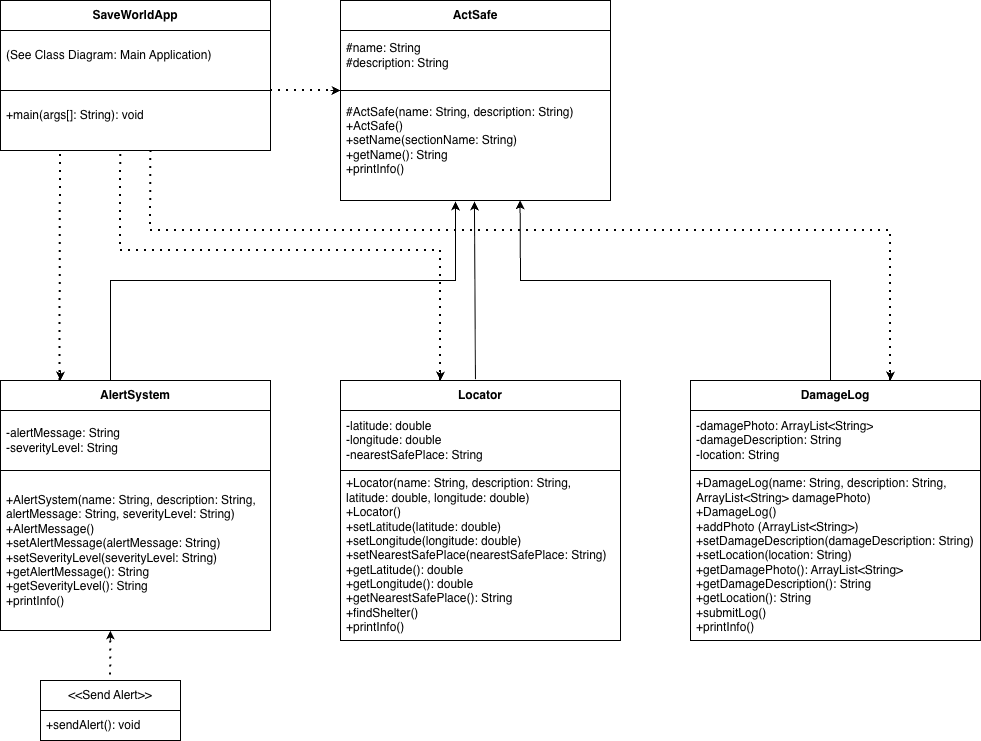
Before: ActSafe.png, a diagram exported from draw.io (Namuun612/OOP2025). Source tidied: cells renumbered, new cells last; positions are measured from the earlier drawing's top-left corner, leaving out a move shared by most shapes.
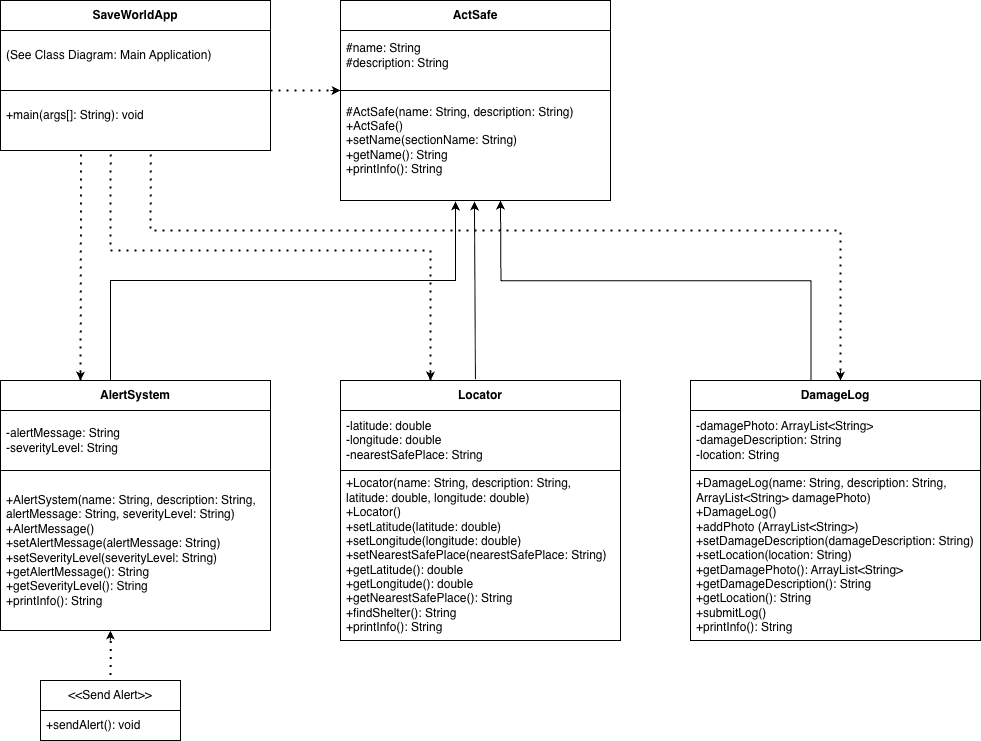
The same diagram one commit later.

The edit, as a diff of the source:
```diff
@@ -8,7 +8,7 @@
     <mxCell id="3" value="#name: String&lt;div&gt;#description: String&lt;/div&gt;" style="text;strokeColor=none;fillColor=none;align=left;verticalAlign=middle;spacingLeft=4;spacingRight=4;overflow=hidden;whiteSpace=wrap;html=1;" parent="2" vertex="1">
       <mxGeometry y="30" width="270" height="50" as="geometry" />
     </mxCell>
-    <mxCell id="4" value="&lt;div&gt;#ActSafe(name:&amp;nbsp;&lt;span style=&quot;background-color: transparent; color: light-dark(rgb(0, 0, 0), rgb(255, 255, 255));&quot;&gt;String&lt;/span&gt;&lt;span style=&quot;background-color: transparent; color: light-dark(rgb(0, 0, 0), rgb(255, 255, 255));&quot;&gt;, description:&amp;nbsp;&lt;/span&gt;&lt;span style=&quot;background-color: transparent; color: light-dark(rgb(0, 0, 0), rgb(255, 255, 255));&quot;&gt;String&lt;/span&gt;&lt;span style=&quot;background-color: transparent; color: light-dark(rgb(0, 0, 0), rgb(255, 255, 255));&quot;&gt;)&lt;/span&gt;&lt;/div&gt;&lt;div&gt;+ActSafe()&lt;/div&gt;+setName(sectionName: String)&lt;div&gt;+getName(): String&lt;/div&gt;&lt;div&gt;+printInfo()&lt;/div&gt;" style="text;strokeColor=none;fillColor=none;align=left;verticalAlign=middle;spacingLeft=4;spacingRight=4;overflow=hidden;points=[[0,0.5],[1,0.5]];portConstraint=eastwest;whiteSpace=wrap;html=1;" parent="2" vertex="1">
+    <mxCell id="4" value="&lt;div&gt;#ActSafe(name:&amp;nbsp;&lt;span style=&quot;background-color: transparent; color: light-dark(rgb(0, 0, 0), rgb(255, 255, 255));&quot;&gt;String&lt;/span&gt;&lt;span style=&quot;background-color: transparent; color: light-dark(rgb(0, 0, 0), rgb(255, 255, 255));&quot;&gt;, description:&amp;nbsp;&lt;/span&gt;&lt;span style=&quot;background-color: transparent; color: light-dark(rgb(0, 0, 0), rgb(255, 255, 255));&quot;&gt;String&lt;/span&gt;&lt;span style=&quot;background-color: transparent; color: light-dark(rgb(0, 0, 0), rgb(255, 255, 255));&quot;&gt;)&lt;/span&gt;&lt;/div&gt;&lt;div&gt;+ActSafe()&lt;/div&gt;+setName(sectionName: String)&lt;div&gt;+getName(): String&lt;/div&gt;&lt;div&gt;+printInfo(): String&lt;/div&gt;" style="text;strokeColor=none;fillColor=none;align=left;verticalAlign=middle;spacingLeft=4;spacingRight=4;overflow=hidden;points=[[0,0.5],[1,0.5]];portConstraint=eastwest;whiteSpace=wrap;html=1;" parent="2" vertex="1">
       <mxGeometry y="80" width="270" height="120" as="geometry" />
     </mxCell>
     <mxCell id="5" value="&lt;b&gt;ActSafe&lt;/b&gt;" style="swimlane;fontStyle=0;horizontal=1;startSize=30;whiteSpace=wrap;html=1;" parent="1" vertex="1">
@@ -20,7 +20,7 @@
     <mxCell id="7" value="-alertMessage: String&lt;div&gt;-severityLevel: String&lt;/div&gt;" style="text;strokeColor=none;fillColor=none;align=left;verticalAlign=middle;spacingLeft=4;spacingRight=4;overflow=hidden;whiteSpace=wrap;html=1;" parent="6" vertex="1">
       <mxGeometry y="30" width="270" height="60" as="geometry" />
     </mxCell>
-    <mxCell id="8" value="&lt;div&gt;+AlertSystem(name:&lt;span style=&quot;background-color: transparent; color: light-dark(rgb(0, 0, 0), rgb(255, 255, 255));&quot;&gt;&amp;nbsp;String&lt;/span&gt;&lt;span style=&quot;background-color: transparent; color: light-dark(rgb(0, 0, 0), rgb(255, 255, 255));&quot;&gt;, description:&amp;nbsp;&lt;/span&gt;&lt;span style=&quot;background-color: transparent; color: light-dark(rgb(0, 0, 0), rgb(255, 255, 255));&quot;&gt;String&lt;/span&gt;&lt;span style=&quot;background-color: transparent; color: light-dark(rgb(0, 0, 0), rgb(255, 255, 255));&quot;&gt;, alertMessage:&amp;nbsp;&lt;/span&gt;&lt;span style=&quot;background-color: transparent; color: light-dark(rgb(0, 0, 0), rgb(255, 255, 255));&quot;&gt;String&lt;/span&gt;&lt;span style=&quot;background-color: transparent; color: light-dark(rgb(0, 0, 0), rgb(255, 255, 255));&quot;&gt;, severityLevel:&amp;nbsp;&lt;/span&gt;&lt;span style=&quot;background-color: transparent; color: light-dark(rgb(0, 0, 0), rgb(255, 255, 255));&quot;&gt;String&lt;/span&gt;&lt;span style=&quot;background-color: transparent; color: light-dark(rgb(0, 0, 0), rgb(255, 255, 255));&quot;&gt;)&lt;/span&gt;&lt;/div&gt;&lt;div&gt;+AlertMessage()&lt;/div&gt;+setAlertMessage(alertMessage: String)&lt;div&gt;+setSeverityLevel(severityLevel:&amp;nbsp;&lt;span style=&quot;background-color: transparent; color: light-dark(rgb(0, 0, 0), rgb(255, 255, 255));&quot;&gt;String&lt;/span&gt;&lt;span style=&quot;background-color: transparent; color: light-dark(rgb(0, 0, 0), rgb(255, 255, 255));&quot;&gt;)&lt;/span&gt;&lt;/div&gt;&lt;div&gt;+getAlertMessage(): String&lt;/div&gt;&lt;div&gt;+getSeverityLevel(): String&lt;/div&gt;&lt;div&gt;+printInfo()&lt;/div&gt;" style="text;strokeColor=none;fillColor=none;align=left;verticalAlign=middle;spacingLeft=4;spacingRight=4;overflow=hidden;points=[[0,0.5],[1,0.5]];portConstraint=eastwest;whiteSpace=wrap;html=1;" parent="6" vertex="1">
+    <mxCell id="8" value="&lt;div&gt;+AlertSystem(name:&lt;span style=&quot;background-color: transparent; color: light-dark(rgb(0, 0, 0), rgb(255, 255, 255));&quot;&gt;&amp;nbsp;String&lt;/span&gt;&lt;span style=&quot;background-color: transparent; color: light-dark(rgb(0, 0, 0), rgb(255, 255, 255));&quot;&gt;, description:&amp;nbsp;&lt;/span&gt;&lt;span style=&quot;background-color: transparent; color: light-dark(rgb(0, 0, 0), rgb(255, 255, 255));&quot;&gt;String&lt;/span&gt;&lt;span style=&quot;background-color: transparent; color: light-dark(rgb(0, 0, 0), rgb(255, 255, 255));&quot;&gt;, alertMessage:&amp;nbsp;&lt;/span&gt;&lt;span style=&quot;background-color: transparent; color: light-dark(rgb(0, 0, 0), rgb(255, 255, 255));&quot;&gt;String&lt;/span&gt;&lt;span style=&quot;background-color: transparent; color: light-dark(rgb(0, 0, 0), rgb(255, 255, 255));&quot;&gt;, severityLevel:&amp;nbsp;&lt;/span&gt;&lt;span style=&quot;background-color: transparent; color: light-dark(rgb(0, 0, 0), rgb(255, 255, 255));&quot;&gt;String&lt;/span&gt;&lt;span style=&quot;background-color: transparent; color: light-dark(rgb(0, 0, 0), rgb(255, 255, 255));&quot;&gt;)&lt;/span&gt;&lt;/div&gt;&lt;div&gt;+AlertMessage()&lt;/div&gt;+setAlertMessage(alertMessage: String)&lt;div&gt;+setSeverityLevel(severityLevel:&amp;nbsp;&lt;span style=&quot;background-color: transparent; color: light-dark(rgb(0, 0, 0), rgb(255, 255, 255));&quot;&gt;String&lt;/span&gt;&lt;span style=&quot;background-color: transparent; color: light-dark(rgb(0, 0, 0), rgb(255, 255, 255));&quot;&gt;)&lt;/span&gt;&lt;/div&gt;&lt;div&gt;+getAlertMessage(): String&lt;/div&gt;&lt;div&gt;+getSeverityLevel(): String&lt;/div&gt;&lt;div&gt;+printInfo(): String&lt;/div&gt;" style="text;strokeColor=none;fillColor=none;align=left;verticalAlign=middle;spacingLeft=4;spacingRight=4;overflow=hidden;points=[[0,0.5],[1,0.5]];portConstraint=eastwest;whiteSpace=wrap;html=1;" parent="6" vertex="1">
       <mxGeometry y="90" width="270" height="160" as="geometry" />
     </mxCell>
     <mxCell id="9" value="&lt;b&gt;AlertSystem&lt;/b&gt;" style="swimlane;fontStyle=0;horizontal=1;startSize=30;whiteSpace=wrap;html=1;" parent="1" vertex="1">
@@ -32,7 +32,7 @@
     <mxCell id="11" value="-latitude: double&lt;div&gt;-longitude: double&lt;br&gt;&lt;div&gt;-nearestSafePlace: String&lt;/div&gt;&lt;/div&gt;" style="text;strokeColor=none;fillColor=none;align=left;verticalAlign=middle;spacingLeft=4;spacingRight=4;overflow=hidden;whiteSpace=wrap;html=1;" parent="10" vertex="1">
       <mxGeometry y="30" width="280" height="60" as="geometry" />
     </mxCell>
-    <mxCell id="12" value="&lt;div&gt;+Locator(name:&amp;nbsp;&lt;span style=&quot;background-color: transparent; color: light-dark(rgb(0, 0, 0), rgb(255, 255, 255));&quot;&gt;String&lt;/span&gt;&lt;span style=&quot;background-color: transparent; color: light-dark(rgb(0, 0, 0), rgb(255, 255, 255));&quot;&gt;, description:&amp;nbsp;&lt;/span&gt;&lt;span style=&quot;background-color: transparent; color: light-dark(rgb(0, 0, 0), rgb(255, 255, 255));&quot;&gt;String&lt;/span&gt;&lt;span style=&quot;background-color: transparent; color: light-dark(rgb(0, 0, 0), rgb(255, 255, 255));&quot;&gt;, latitude:&amp;nbsp;&lt;/span&gt;&lt;span style=&quot;background-color: transparent; color: light-dark(rgb(0, 0, 0), rgb(255, 255, 255));&quot;&gt;double&lt;/span&gt;&lt;span style=&quot;background-color: transparent; color: light-dark(rgb(0, 0, 0), rgb(255, 255, 255));&quot;&gt;, longitude:&amp;nbsp;&lt;/span&gt;&lt;span style=&quot;background-color: transparent; color: light-dark(rgb(0, 0, 0), rgb(255, 255, 255));&quot;&gt;double&lt;/span&gt;&lt;span style=&quot;background-color: transparent; color: light-dark(rgb(0, 0, 0), rgb(255, 255, 255));&quot;&gt;)&lt;/span&gt;&lt;/div&gt;&lt;div&gt;+Locator()&lt;/div&gt;+setLatitude(latitude: double)&lt;div&gt;+setLongitude(longitude:&amp;nbsp;&lt;span style=&quot;background-color: transparent; color: light-dark(rgb(0, 0, 0), rgb(255, 255, 255));&quot;&gt;double&lt;/span&gt;&lt;span style=&quot;background-color: transparent; color: light-dark(rgb(0, 0, 0), rgb(255, 255, 255));&quot;&gt;)&lt;/span&gt;&lt;/div&gt;&lt;div&gt;+setNearestSafePlace(nearestSafePlace:&amp;nbsp;&lt;span style=&quot;background-color: transparent; color: light-dark(rgb(0, 0, 0), rgb(255, 255, 255));&quot;&gt;String&lt;/span&gt;&lt;span style=&quot;background-color: transparent; color: light-dark(rgb(0, 0, 0), rgb(255, 255, 255));&quot;&gt;)&lt;/span&gt;&lt;/div&gt;&lt;div&gt;+getLatitude(): double&lt;/div&gt;&lt;div&gt;+getLongitude(): double&lt;/div&gt;&lt;div&gt;+getNearestSafePlace(): String&lt;/div&gt;&lt;div&gt;+findShelter()&lt;/div&gt;&lt;div&gt;+printInfo()&lt;/div&gt;" style="text;strokeColor=none;fillColor=none;align=left;verticalAlign=middle;spacingLeft=4;spacingRight=4;overflow=hidden;whiteSpace=wrap;html=1;" parent="10" vertex="1">
+    <mxCell id="12" value="&lt;div&gt;+Locator(name:&amp;nbsp;&lt;span style=&quot;background-color: transparent; color: light-dark(rgb(0, 0, 0), rgb(255, 255, 255));&quot;&gt;String&lt;/span&gt;&lt;span style=&quot;background-color: transparent; color: light-dark(rgb(0, 0, 0), rgb(255, 255, 255));&quot;&gt;, description:&amp;nbsp;&lt;/span&gt;&lt;span style=&quot;background-color: transparent; color: light-dark(rgb(0, 0, 0), rgb(255, 255, 255));&quot;&gt;String&lt;/span&gt;&lt;span style=&quot;background-color: transparent; color: light-dark(rgb(0, 0, 0), rgb(255, 255, 255));&quot;&gt;, latitude:&amp;nbsp;&lt;/span&gt;&lt;span style=&quot;background-color: transparent; color: light-dark(rgb(0, 0, 0), rgb(255, 255, 255));&quot;&gt;double&lt;/span&gt;&lt;span style=&quot;background-color: transparent; color: light-dark(rgb(0, 0, 0), rgb(255, 255, 255));&quot;&gt;, longitude:&amp;nbsp;&lt;/span&gt;&lt;span style=&quot;background-color: transparent; color: light-dark(rgb(0, 0, 0), rgb(255, 255, 255));&quot;&gt;double&lt;/span&gt;&lt;span style=&quot;background-color: transparent; color: light-dark(rgb(0, 0, 0), rgb(255, 255, 255));&quot;&gt;)&lt;/span&gt;&lt;/div&gt;&lt;div&gt;+Locator()&lt;/div&gt;+setLatitude(latitude: double)&lt;div&gt;+setLongitude(longitude:&amp;nbsp;&lt;span style=&quot;background-color: transparent; color: light-dark(rgb(0, 0, 0), rgb(255, 255, 255));&quot;&gt;double&lt;/span&gt;&lt;span style=&quot;background-color: transparent; color: light-dark(rgb(0, 0, 0), rgb(255, 255, 255));&quot;&gt;)&lt;/span&gt;&lt;/div&gt;&lt;div&gt;+setNearestSafePlace(nearestSafePlace:&amp;nbsp;&lt;span style=&quot;background-color: transparent; color: light-dark(rgb(0, 0, 0), rgb(255, 255, 255));&quot;&gt;String&lt;/span&gt;&lt;span style=&quot;background-color: transparent; color: light-dark(rgb(0, 0, 0), rgb(255, 255, 255));&quot;&gt;)&lt;/span&gt;&lt;/div&gt;&lt;div&gt;+getLatitude(): double&lt;/div&gt;&lt;div&gt;+getLongitude(): double&lt;/div&gt;&lt;div&gt;+getNearestSafePlace(): String&lt;/div&gt;&lt;div&gt;+findShelter(): String&lt;/div&gt;&lt;div&gt;+printInfo(): String&lt;/div&gt;" style="text;strokeColor=none;fillColor=none;align=left;verticalAlign=middle;spacingLeft=4;spacingRight=4;overflow=hidden;whiteSpace=wrap;html=1;" parent="10" vertex="1">
       <mxGeometry y="90" width="280" height="170" as="geometry" />
     </mxCell>
     <mxCell id="13" value="&lt;b&gt;Locator&lt;/b&gt;" style="swimlane;fontStyle=0;horizontal=1;startSize=30;whiteSpace=wrap;html=1;" parent="1" vertex="1">
@@ -44,7 +44,7 @@
     <mxCell id="15" value="-damagePhoto: ArrayList&amp;lt;String&amp;gt;&lt;div&gt;-damageDescription: String&lt;/div&gt;&lt;div&gt;-location: String&lt;/div&gt;" style="text;strokeColor=none;fillColor=none;align=left;verticalAlign=middle;spacingLeft=4;spacingRight=4;overflow=hidden;whiteSpace=wrap;html=1;" parent="14" vertex="1">
       <mxGeometry y="30" width="290" height="60" as="geometry" />
     </mxCell>
-    <mxCell id="16" value="&lt;div&gt;+DamageLog(name:&amp;nbsp;&lt;span style=&quot;background-color: transparent; color: light-dark(rgb(0, 0, 0), rgb(255, 255, 255));&quot;&gt;String&lt;/span&gt;&lt;span style=&quot;background-color: transparent; color: light-dark(rgb(0, 0, 0), rgb(255, 255, 255));&quot;&gt;, description:&amp;nbsp;&lt;/span&gt;&lt;span style=&quot;background-color: transparent; color: light-dark(rgb(0, 0, 0), rgb(255, 255, 255));&quot;&gt;String&lt;/span&gt;&lt;span style=&quot;background-color: transparent; color: light-dark(rgb(0, 0, 0), rgb(255, 255, 255));&quot;&gt;, ArrayList&amp;lt;String&amp;gt; damagePhoto)&lt;/span&gt;&lt;/div&gt;&lt;div&gt;+DamageLog()&lt;/div&gt;+addPhoto (ArrayList&amp;lt;String&amp;gt;)&lt;div&gt;+setDamageDescription(damageDescription:&amp;nbsp;&lt;span style=&quot;background-color: transparent; color: light-dark(rgb(0, 0, 0), rgb(255, 255, 255));&quot;&gt;String&lt;/span&gt;&lt;span style=&quot;background-color: transparent; color: light-dark(rgb(0, 0, 0), rgb(255, 255, 255));&quot;&gt;)&lt;/span&gt;&lt;/div&gt;&lt;div&gt;+setLocation(location:&amp;nbsp;&lt;span style=&quot;background-color: transparent; color: light-dark(rgb(0, 0, 0), rgb(255, 255, 255));&quot;&gt;String&lt;/span&gt;&lt;span style=&quot;background-color: transparent; color: light-dark(rgb(0, 0, 0), rgb(255, 255, 255));&quot;&gt;)&lt;/span&gt;&lt;/div&gt;&lt;div&gt;+getDamagePhoto(): ArrayList&amp;lt;String&amp;gt;&lt;/div&gt;&lt;div&gt;+getDamageDescription(): String&lt;/div&gt;&lt;div&gt;+getLocation(): String&lt;/div&gt;&lt;div&gt;+submitLog()&lt;/div&gt;&lt;div&gt;+printInfo()&lt;/div&gt;" style="text;strokeColor=none;fillColor=none;align=left;verticalAlign=middle;spacingLeft=4;spacingRight=4;overflow=hidden;whiteSpace=wrap;html=1;" parent="14" vertex="1">
+    <mxCell id="16" value="&lt;div&gt;+DamageLog(name:&amp;nbsp;&lt;span style=&quot;background-color: transparent; color: light-dark(rgb(0, 0, 0), rgb(255, 255, 255));&quot;&gt;String&lt;/span&gt;&lt;span style=&quot;background-color: transparent; color: light-dark(rgb(0, 0, 0), rgb(255, 255, 255));&quot;&gt;, description:&amp;nbsp;&lt;/span&gt;&lt;span style=&quot;background-color: transparent; color: light-dark(rgb(0, 0, 0), rgb(255, 255, 255));&quot;&gt;String&lt;/span&gt;&lt;span style=&quot;background-color: transparent; color: light-dark(rgb(0, 0, 0), rgb(255, 255, 255));&quot;&gt;, ArrayList&amp;lt;String&amp;gt; damagePhoto)&lt;/span&gt;&lt;/div&gt;&lt;div&gt;+DamageLog()&lt;/div&gt;+addPhoto (ArrayList&amp;lt;String&amp;gt;)&lt;div&gt;+setDamageDescription(damageDescription:&amp;nbsp;&lt;span style=&quot;background-color: transparent; color: light-dark(rgb(0, 0, 0), rgb(255, 255, 255));&quot;&gt;String&lt;/span&gt;&lt;span style=&quot;background-color: transparent; color: light-dark(rgb(0, 0, 0), rgb(255, 255, 255));&quot;&gt;)&lt;/span&gt;&lt;/div&gt;&lt;div&gt;+setLocation(location:&amp;nbsp;&lt;span style=&quot;background-color: transparent; color: light-dark(rgb(0, 0, 0), rgb(255, 255, 255));&quot;&gt;String&lt;/span&gt;&lt;span style=&quot;background-color: transparent; color: light-dark(rgb(0, 0, 0), rgb(255, 255, 255));&quot;&gt;)&lt;/span&gt;&lt;/div&gt;&lt;div&gt;+getDamagePhoto(): ArrayList&amp;lt;String&amp;gt;&lt;/div&gt;&lt;div&gt;+getDamageDescription(): String&lt;/div&gt;&lt;div&gt;+getLocation(): String&lt;/div&gt;&lt;div&gt;+submitLog()&lt;/div&gt;&lt;div&gt;+printInfo(): String&lt;/div&gt;" style="text;strokeColor=none;fillColor=none;align=left;verticalAlign=middle;spacingLeft=4;spacingRight=4;overflow=hidden;whiteSpace=wrap;html=1;" parent="14" vertex="1">
       <mxGeometry y="90" width="290" height="170" as="geometry" />
     </mxCell>
     <mxCell id="17" value="&lt;b&gt;DamageLog&lt;/b&gt;" style="swimlane;fontStyle=0;horizontal=1;startSize=30;whiteSpace=wrap;html=1;" parent="1" vertex="1">
@@ -63,11 +63,13 @@
     <mxCell id="19" style="endArrow=classic;html=1;rounded=0;exitX=0.482;exitY=-0.015;exitDx=0;exitDy=0;exitPerimeter=0;entryX=0.496;entryY=1.008;entryDx=0;entryDy=0;entryPerimeter=0;" parent="1" edge="1" source="13" target="4">
       <mxGeometry relative="1" as="geometry" />
     </mxCell>
-    <mxCell id="20" style="endArrow=classic;html=1;rounded=0;exitX=0.483;exitY=-0.003;exitDx=0;exitDy=0;exitPerimeter=0;entryX=0.665;entryY=0.998;entryDx=0;entryDy=0;entryPerimeter=0;" parent="1" edge="1" source="17" target="4">
+    <mxCell id="20" style="endArrow=classic;html=1;rounded=0;exitX=0.483;exitY=-0.003;exitDx=0;exitDy=0;exitPerimeter=0;entryX=0.665;entryY=0.998;entryDx=0;entryDy=0;entryPerimeter=0;" parent="1" edge="1">
       <mxGeometry relative="1" as="geometry">
+        <mxPoint x="810.5" y="380" as="sourcePoint" />
+        <mxPoint x="500" y="200" as="targetPoint" />
         <Array as="points">
-          <mxPoint x="830" y="280" />
-          <mxPoint x="520" y="280" />
+          <mxPoint x="810.5" y="280.3" />
+          <mxPoint x="500.5" y="280.3" />
         </Array>
       </mxGeometry>
     </mxCell>
@@ -95,30 +97,31 @@
     <mxCell id="28" style="endArrow=none;dashed=1;html=1;dashPattern=1 3;strokeWidth=2;rounded=0;entryX=0;entryY=1;entryDx=0;entryDy=0;exitX=1;exitY=1;exitDx=0;exitDy=0;" parent="1" edge="1" source="27" target="5">
       <mxGeometry relative="1" as="geometry" />
     </mxCell>
-    <mxCell id="29" style="endArrow=none;dashed=1;html=1;dashPattern=1 3;strokeWidth=2;rounded=0;exitX=0.22;exitY=0.001;exitDx=0;exitDy=0;exitPerimeter=0;" parent="1" edge="1" source="9">
+    <mxCell id="29" style="endArrow=none;dashed=1;html=1;dashPattern=1 3;strokeWidth=2;rounded=0;exitX=0.22;exitY=0.001;exitDx=0;exitDy=0;exitPerimeter=0;" parent="1" edge="1">
       <mxGeometry relative="1" as="geometry">
-        <mxPoint x="60" y="150" as="targetPoint" />
+        <mxPoint x="80" y="380.1" as="sourcePoint" />
+        <mxPoint x="80.6" y="150" as="targetPoint" />
       </mxGeometry>
     </mxCell>
     <mxCell id="30" style="endArrow=none;dashed=1;html=1;dashPattern=1 3;strokeWidth=2;rounded=0;entryX=0.557;entryY=0.994;entryDx=0;entryDy=0;entryPerimeter=0;" parent="1" edge="1" target="26">
       <mxGeometry relative="1" as="geometry">
-        <mxPoint x="890" y="380" as="sourcePoint" />
+        <mxPoint x="840" y="370" as="sourcePoint" />
         <Array as="points">
-          <mxPoint x="890" y="230" />
+          <mxPoint x="840" y="230" />
           <mxPoint x="150" y="230" />
         </Array>
       </mxGeometry>
     </mxCell>
     <mxCell id="31" style="endArrow=classic;html=1;rounded=0;" parent="1" edge="1">
       <mxGeometry relative="1" as="geometry">
-        <mxPoint x="440" y="370" as="sourcePoint" />
-        <mxPoint x="440" y="380" as="targetPoint" />
+        <mxPoint x="430" y="370" as="sourcePoint" />
+        <mxPoint x="430" y="380" as="targetPoint" />
       </mxGeometry>
     </mxCell>
     <mxCell id="32" style="endArrow=classic;html=1;rounded=0;" parent="1" edge="1">
       <mxGeometry relative="1" as="geometry">
-        <mxPoint x="890" y="370" as="sourcePoint" />
-        <mxPoint x="890" y="380" as="targetPoint" />
+        <mxPoint x="840" y="370" as="sourcePoint" />
+        <mxPoint x="840" y="380" as="targetPoint" />
       </mxGeometry>
     </mxCell>
     <mxCell id="33" style="endArrow=classic;html=1;rounded=0;" parent="1" edge="1">
@@ -135,16 +138,17 @@
     </mxCell>
     <mxCell id="35" style="endArrow=classic;html=1;rounded=0;" parent="1" edge="1">
       <mxGeometry relative="1" as="geometry">
-        <mxPoint x="60" y="370" as="sourcePoint" />
-        <mxPoint x="60" y="380" as="targetPoint" />
+        <mxPoint x="80" y="370" as="sourcePoint" />
+        <mxPoint x="80" y="380" as="targetPoint" />
       </mxGeometry>
     </mxCell>
-    <mxCell id="36" style="endArrow=none;dashed=1;html=1;dashPattern=1 3;strokeWidth=2;rounded=0;entryX=0.445;entryY=1.009;entryDx=0;entryDy=0;entryPerimeter=0;" parent="1" edge="1" target="26">
+    <mxCell id="36" style="endArrow=none;dashed=1;html=1;dashPattern=1 3;strokeWidth=2;rounded=0;entryX=0.445;entryY=1.009;entryDx=0;entryDy=0;entryPerimeter=0;" parent="1" edge="1">
       <mxGeometry relative="1" as="geometry">
-        <mxPoint x="440" y="380" as="sourcePoint" />
+        <mxPoint x="430" y="380" as="sourcePoint" />
+        <mxPoint x="110.2" y="150.6" as="targetPoint" />
         <Array as="points">
-          <mxPoint x="440" y="250" />
-          <mxPoint x="120" y="250" />
+          <mxPoint x="430" y="250" />
+          <mxPoint x="110" y="250" />
         </Array>
       </mxGeometry>
     </mxCell>
```
